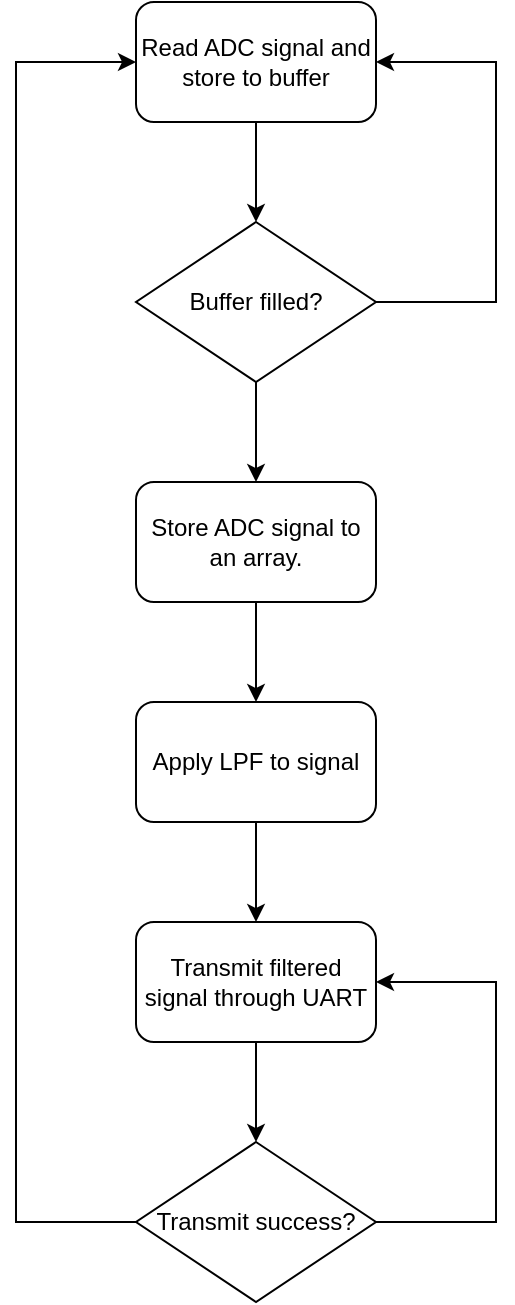
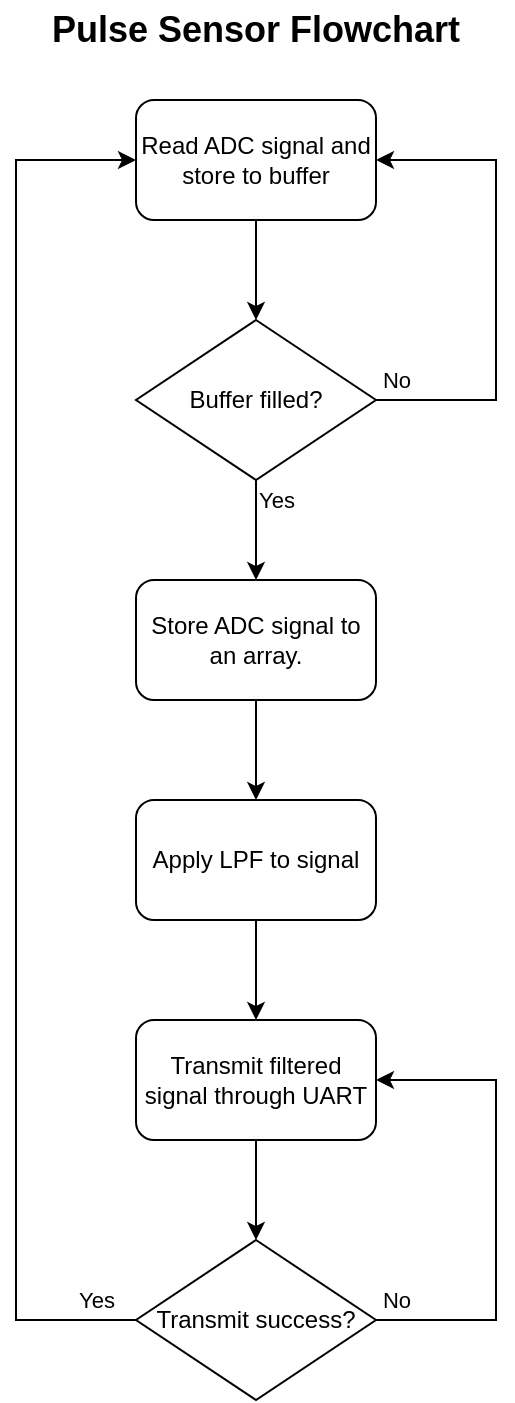
<mxfile host="app.diagrams.net">
  <diagram name="Page-1" id="OyU5AaiipshpA-FLgRsU">
-     <mxGraphModel dx="1364" dy="758" grid="1" gridSize="10" guides="1" tooltips="1" connect="1" arrows="1" fold="1" page="1" pageScale="1" pageWidth="850" pageHeight="1100" math="0" shadow="0">
+     <mxGraphModel dx="650" dy="361" grid="1" gridSize="10" guides="1" tooltips="1" connect="1" arrows="1" fold="1" page="1" pageScale="1" pageWidth="850" pageHeight="1100" math="0" shadow="0">
      <root>
        <mxCell id="0" />
        <mxCell id="1" parent="0" />
        <mxCell id="Sn9vPwiLophh3SeHepYb-9" edge="1" parent="1" source="Sn9vPwiLophh3SeHepYb-1" style="edgeStyle=orthogonalEdgeStyle;rounded=0;orthogonalLoop=1;jettySize=auto;html=1;" target="Sn9vPwiLophh3SeHepYb-8">
          <mxGeometry relative="1" as="geometry" />
        </mxCell>
        <mxCell id="Sn9vPwiLophh3SeHepYb-1" parent="1" style="rounded=1;whiteSpace=wrap;html=1;" value="Read ADC signal and store to buffer" vertex="1">
-           <mxGeometry height="60" width="120" x="310" y="50" as="geometry" />
+           <mxGeometry height="60" width="120" x="180" y="140" as="geometry" />
        </mxCell>
        <mxCell id="Sn9vPwiLophh3SeHepYb-5" edge="1" parent="1" source="Sn9vPwiLophh3SeHepYb-2" style="edgeStyle=orthogonalEdgeStyle;rounded=0;orthogonalLoop=1;jettySize=auto;html=1;entryX=0.5;entryY=0;entryDx=0;entryDy=0;" target="Sn9vPwiLophh3SeHepYb-3">
          <mxGeometry relative="1" as="geometry" />
        </mxCell>
        <mxCell id="Sn9vPwiLophh3SeHepYb-2" parent="1" style="rounded=1;whiteSpace=wrap;html=1;" value="Store ADC signal to an array." vertex="1">
-           <mxGeometry height="60" width="120" x="310" y="290" as="geometry" />
+           <mxGeometry height="60" width="120" x="180" y="380" as="geometry" />
        </mxCell>
        <mxCell id="Sn9vPwiLophh3SeHepYb-7" edge="1" parent="1" source="Sn9vPwiLophh3SeHepYb-3" style="edgeStyle=orthogonalEdgeStyle;rounded=0;orthogonalLoop=1;jettySize=auto;html=1;exitX=0.5;exitY=1;exitDx=0;exitDy=0;entryX=0.5;entryY=0;entryDx=0;entryDy=0;" target="Sn9vPwiLophh3SeHepYb-6">
          <mxGeometry relative="1" as="geometry" />
        </mxCell>
        <mxCell id="Sn9vPwiLophh3SeHepYb-3" parent="1" style="rounded=1;whiteSpace=wrap;html=1;" value="Apply LPF to signal" vertex="1">
-           <mxGeometry height="60" width="120" x="310" y="400" as="geometry" />
+           <mxGeometry height="60" width="120" x="180" y="490" as="geometry" />
        </mxCell>
        <mxCell id="Sn9vPwiLophh3SeHepYb-16" edge="1" parent="1" source="Sn9vPwiLophh3SeHepYb-6" style="edgeStyle=orthogonalEdgeStyle;rounded=0;orthogonalLoop=1;jettySize=auto;html=1;entryX=0.5;entryY=0;entryDx=0;entryDy=0;" target="Sn9vPwiLophh3SeHepYb-13">
          <mxGeometry relative="1" as="geometry" />
        </mxCell>
        <mxCell id="Sn9vPwiLophh3SeHepYb-6" parent="1" style="rounded=1;whiteSpace=wrap;html=1;" value="Transmit filtered signal through UART" vertex="1">
-           <mxGeometry height="60" width="120" x="310" y="510" as="geometry" />
+           <mxGeometry height="60" width="120" x="180" y="600" as="geometry" />
        </mxCell>
        <mxCell id="Sn9vPwiLophh3SeHepYb-10" edge="1" parent="1" source="Sn9vPwiLophh3SeHepYb-8" style="edgeStyle=orthogonalEdgeStyle;rounded=0;orthogonalLoop=1;jettySize=auto;html=1;entryX=1;entryY=0.5;entryDx=0;entryDy=0;" target="Sn9vPwiLophh3SeHepYb-1">
          <mxGeometry relative="1" as="geometry">
            <Array as="points">
-               <mxPoint x="490" y="200" />
-               <mxPoint x="490" y="80" />
+               <mxPoint x="360" y="290" />
+               <mxPoint x="360" y="170" />
            </Array>
-             <mxPoint x="480" y="70" as="targetPoint" />
+             <mxPoint x="350" y="160" as="targetPoint" />
+           </mxGeometry>
+         </mxCell>
+         <mxCell id="Sn9vPwiLophh3SeHepYb-18" connectable="0" parent="Sn9vPwiLophh3SeHepYb-10" style="edgeLabel;html=1;align=center;verticalAlign=middle;resizable=0;points=[];" value="No" vertex="1">
+           <mxGeometry relative="1" x="-0.7917" y="3" as="geometry">
+             <mxPoint x="-15" y="-7" as="offset" />
          </mxGeometry>
        </mxCell>
        <mxCell id="Sn9vPwiLophh3SeHepYb-11" edge="1" parent="1" source="Sn9vPwiLophh3SeHepYb-8" style="edgeStyle=orthogonalEdgeStyle;rounded=0;orthogonalLoop=1;jettySize=auto;html=1;entryX=0.5;entryY=0;entryDx=0;entryDy=0;" target="Sn9vPwiLophh3SeHepYb-2">
          <mxGeometry relative="1" as="geometry" />
        </mxCell>
        <mxCell id="Sn9vPwiLophh3SeHepYb-8" parent="1" style="rhombus;whiteSpace=wrap;html=1;" value="Buffer filled?" vertex="1">
-           <mxGeometry height="80" width="120" x="310" y="160" as="geometry" />
+           <mxGeometry height="80" width="120" x="180" y="250" as="geometry" />
        </mxCell>
        <mxCell id="Sn9vPwiLophh3SeHepYb-14" edge="1" parent="1" source="Sn9vPwiLophh3SeHepYb-13" style="edgeStyle=orthogonalEdgeStyle;rounded=0;orthogonalLoop=1;jettySize=auto;html=1;entryX=1;entryY=0.5;entryDx=0;entryDy=0;" target="Sn9vPwiLophh3SeHepYb-6">
          <mxGeometry relative="1" as="geometry">
            <Array as="points">
-               <mxPoint x="490" y="660" />
-               <mxPoint x="490" y="540" />
+               <mxPoint x="360" y="750" />
+               <mxPoint x="360" y="630" />
            </Array>
          </mxGeometry>
        </mxCell>
        <mxCell id="Sn9vPwiLophh3SeHepYb-15" edge="1" parent="1" source="Sn9vPwiLophh3SeHepYb-13" style="edgeStyle=orthogonalEdgeStyle;rounded=0;orthogonalLoop=1;jettySize=auto;html=1;entryX=0;entryY=0.5;entryDx=0;entryDy=0;" target="Sn9vPwiLophh3SeHepYb-1">
          <mxGeometry relative="1" as="geometry">
            <Array as="points">
-               <mxPoint x="250" y="660" />
-               <mxPoint x="250" y="80" />
+               <mxPoint x="120" y="750" />
+               <mxPoint x="120" y="170" />
            </Array>
          </mxGeometry>
        </mxCell>
        <mxCell id="Sn9vPwiLophh3SeHepYb-13" parent="1" style="rhombus;whiteSpace=wrap;html=1;" value="Transmit success?" vertex="1">
-           <mxGeometry height="80" width="120" x="310" y="620" as="geometry" />
+           <mxGeometry height="80" width="120" x="180" y="710" as="geometry" />
+         </mxCell>
+         <mxCell id="Sn9vPwiLophh3SeHepYb-17" parent="1" style="text;html=1;whiteSpace=wrap;strokeColor=none;fillColor=none;align=center;verticalAlign=middle;rounded=0;" value="&lt;b&gt;&lt;font style=&quot;font-size: 18px;&quot;&gt;Pulse Sensor Flowchart&lt;/font&gt;&lt;/b&gt;" vertex="1">
+           <mxGeometry height="30" width="240" x="120" y="90" as="geometry" />
+         </mxCell>
+         <mxCell id="Sn9vPwiLophh3SeHepYb-19" connectable="0" parent="1" style="edgeLabel;html=1;align=center;verticalAlign=middle;resizable=0;points=[];" value="Yes" vertex="1">
+           <mxGeometry x="250" y="340" as="geometry" />
+         </mxCell>
+         <mxCell id="Sn9vPwiLophh3SeHepYb-20" connectable="0" parent="1" style="edgeLabel;html=1;align=center;verticalAlign=middle;resizable=0;points=[];" value="No" vertex="1">
+           <mxGeometry x="310" y="740" as="geometry" />
+         </mxCell>
+         <mxCell id="Sn9vPwiLophh3SeHepYb-21" connectable="0" parent="1" style="edgeLabel;html=1;align=center;verticalAlign=middle;resizable=0;points=[];" value="Yes" vertex="1">
+           <mxGeometry x="160" y="740" as="geometry" />
        </mxCell>
      </root>
    </mxGraphModel>
  </diagram>
</mxfile>
